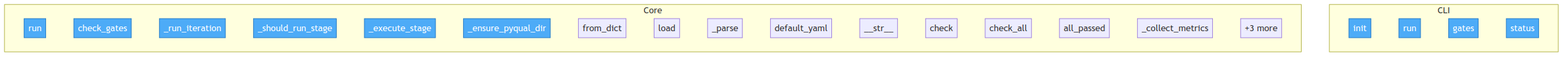
Above: project/flow.png in semcod/pyqual (Mermaid), before the change. Its source is kept beside it as project/flow.mmd.
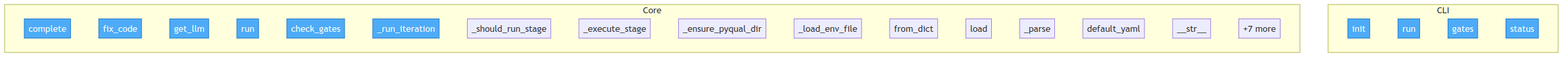
The same diagram one commit later.

Diff of the diagram source:
```diff
@@ -10,22 +10,22 @@
     end
 
     subgraph Core
+        pyqual__llm__LLM__complete["complete"]
+        pyqual__llm__LLM__fix_code["fix_code"]
+        pyqual__llm__get_llm["get_llm"]
         pyqual__pipeline__Pipeline__run["run"]
         pyqual__pipeline__Pipeline__check_gates["check_gates"]
         pyqual__pipeline__Pipeline___run_iteration["_run_iteration"]
         pyqual__pipeline__Pipeline___should_run_stage["_should_run_stage"]
         pyqual__pipeline__Pipeline___execute_stage["_execute_stage"]
         pyqual__pipeline__Pipeline___ensure_pyqual_dir["_ensure_pyqual_dir"]
+        pyqual__config___load_env_file["_load_env_file"]
         pyqual__config__GateConfig__from_dict["from_dict"]
         pyqual__config__PyqualConfig__load["load"]
         pyqual__config__PyqualConfig___parse["_parse"]
         pyqual__config__PyqualConfig__default_yaml["default_yaml"]
         pyqual__gates__GateResult____str__["__str__"]
-        pyqual__gates__Gate__check["check"]
-        pyqual__gates__GateSet__check_all["check_all"]
-        pyqual__gates__GateSet__all_passed["all_passed"]
-        pyqual__gates__GateSet___collect_metrics["_collect_metrics"]
-        ...["+3 more"]
+        ...["+7 more"]
     end
 
-    class pyqual__cli__init,pyqual__cli__run,pyqual__cli__gates,pyqual__cli__status,pyqual__pipeline__Pipeline__run,pyqual__pipeline__Pipeline__check_gates,pyqual__pipeline__Pipeline___run_iteration,pyqual__pipeline__Pipeline___should_run_stage,pyqual__pipeline__Pipeline___execute_stage,pyqual__pipeline__Pipeline___ensure_pyqual_dir entry
+    class pyqual__cli__init,pyqual__cli__run,pyqual__cli__gates,pyqual__cli__status,pyqual__llm__LLM__complete,pyqual__llm__LLM__fix_code,pyqual__llm__get_llm,pyqual__pipeline__Pipeline__run,pyqual__pipeline__Pipeline__check_gates,pyqual__pipeline__Pipeline___run_iteration entry
```
